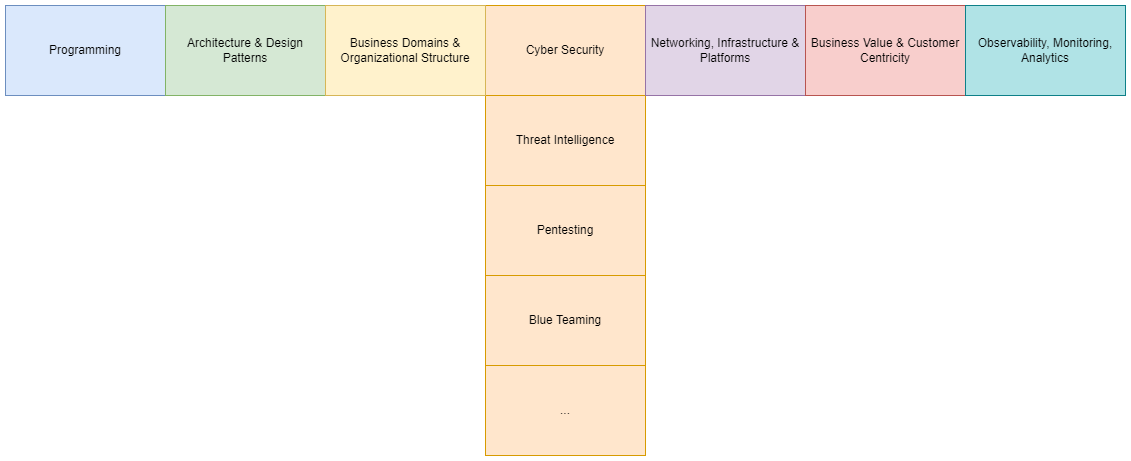
mykingdomforapawn/software-architecture-journey keeps this draw.io diagram as software_architecture_profile.drawio.png. Above is the earlier version. Source tidied: cells renumbered, new cells last; positions are measured from the earlier drawing's top-left corner, leaving out a move shared by most shapes.
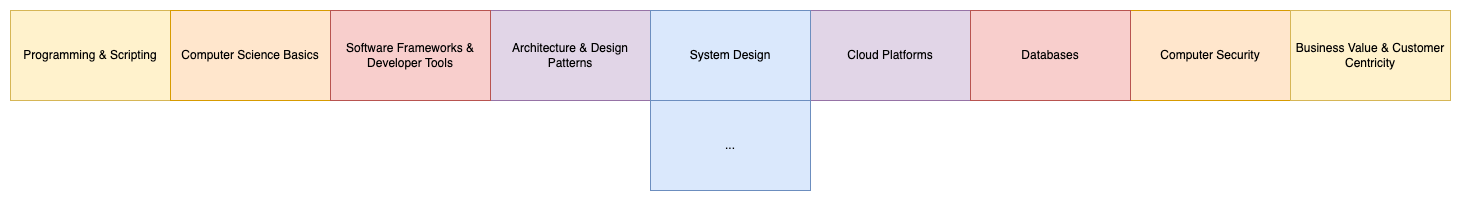
Later version of the same file.

The edit, as a diff of the source:
```diff
@@ -2,38 +2,35 @@
   <root>
     <mxCell id="0" />
     <mxCell id="1" parent="0" />
-    <mxCell id="2" value="Programming" style="rounded=0;whiteSpace=wrap;html=1;fillColor=#dae8fc;strokeColor=#6c8ebf;" parent="1" vertex="1">
-      <mxGeometry width="160" height="90" as="geometry" />
+    <mxCell id="2" value="Programming &amp;amp; Scripting" style="rounded=0;whiteSpace=wrap;html=1;fillColor=#fff2cc;strokeColor=#d6b656;" parent="1" vertex="1">
+      <mxGeometry x="-730" y="130" width="160" height="90" as="geometry" />
     </mxCell>
-    <mxCell id="3" value="Architecture &amp;amp; Design Patterns" style="rounded=0;whiteSpace=wrap;html=1;fillColor=#d5e8d4;strokeColor=#82b366;" parent="1" vertex="1">
-      <mxGeometry x="160" width="160" height="90" as="geometry" />
+    <mxCell id="3" value="Architecture &amp;amp; Design Patterns" style="rounded=0;whiteSpace=wrap;html=1;fillColor=#e1d5e7;strokeColor=#9673a6;" parent="1" vertex="1">
+      <mxGeometry x="-250" y="130" width="160" height="90" as="geometry" />
     </mxCell>
-    <mxCell id="4" value="Cyber Security" style="rounded=0;whiteSpace=wrap;html=1;fillColor=#ffe6cc;strokeColor=#d79b00;" parent="1" vertex="1">
-      <mxGeometry x="480" width="160" height="90" as="geometry" />
+    <mxCell id="4" value="Computer Security" style="rounded=0;whiteSpace=wrap;html=1;fillColor=#ffe6cc;strokeColor=#d79b00;" parent="1" vertex="1">
+      <mxGeometry x="390" y="130" width="160" height="90" as="geometry" />
     </mxCell>
-    <mxCell id="5" value="Threat Intelligence" style="rounded=0;whiteSpace=wrap;html=1;fillColor=#ffe6cc;strokeColor=#d79b00;" parent="1" vertex="1">
-      <mxGeometry x="480" y="90" width="160" height="90" as="geometry" />
-    </mxCell>
-    <mxCell id="6" value="Blue Teaming" style="rounded=0;whiteSpace=wrap;html=1;fillColor=#ffe6cc;strokeColor=#d79b00;" parent="1" vertex="1">
-      <mxGeometry x="480" y="270" width="160" height="90" as="geometry" />
-    </mxCell>
-    <mxCell id="7" value="Business Domains &amp;amp; Organizational Structure" style="rounded=0;whiteSpace=wrap;html=1;fillColor=#fff2cc;strokeColor=#d6b656;" parent="1" vertex="1">
-      <mxGeometry x="320" width="160" height="90" as="geometry" />
-    </mxCell>
-    <mxCell id="8" value="Networking, Infrastructure &amp;amp; Platforms" style="rounded=0;whiteSpace=wrap;html=1;fillColor=#e1d5e7;strokeColor=#9673a6;" parent="1" vertex="1">
-      <mxGeometry x="640" width="160" height="90" as="geometry" />
+    <mxCell id="8" value="Cloud Platforms" style="rounded=0;whiteSpace=wrap;html=1;fillColor=#e1d5e7;strokeColor=#9673a6;" parent="1" vertex="1">
+      <mxGeometry x="70" y="130" width="160" height="90" as="geometry" />
     </mxCell>
-    <mxCell id="9" value="Business Value &amp;amp; Customer Centricity" style="rounded=0;whiteSpace=wrap;html=1;fillColor=#f8cecc;strokeColor=#b85450;" parent="1" vertex="1">
-      <mxGeometry x="800" width="160" height="90" as="geometry" />
+    <mxCell id="9" value="Business Value &amp;amp; Customer Centricity" style="rounded=0;whiteSpace=wrap;html=1;fillColor=#fff2cc;strokeColor=#d6b656;" parent="1" vertex="1">
+      <mxGeometry x="550" y="130" width="160" height="90" as="geometry" />
     </mxCell>
-    <mxCell id="10" value="Observability, Monitoring, Analytics" style="rounded=0;whiteSpace=wrap;html=1;fillColor=#b0e3e6;strokeColor=#0e8088;" parent="1" vertex="1">
-      <mxGeometry x="960" width="160" height="90" as="geometry" />
-    </mxCell>
-    <mxCell id="11" value="Pentesting" style="rounded=0;whiteSpace=wrap;html=1;fillColor=#ffe6cc;strokeColor=#d79b00;" parent="1" vertex="1">
-      <mxGeometry x="480" y="180" width="160" height="90" as="geometry" />
-    </mxCell>
+    <mxCell id="13" value="Computer Science Basics" style="rounded=0;whiteSpace=wrap;html=1;fillColor=#ffe6cc;strokeColor=#d79b00;" parent="1" vertex="1">
+      <mxGeometry x="-570" y="130" width="160" height="90" as="geometry" />
+    </mxCell>
+    <mxCell id="14" value="System Design" style="rounded=0;whiteSpace=wrap;html=1;fillColor=#dae8fc;strokeColor=#6c8ebf;" parent="1" vertex="1">
+      <mxGeometry x="-90" y="130" width="160" height="90" as="geometry" />
+    </mxCell>
+    <mxCell id="15" value="Databases" style="rounded=0;whiteSpace=wrap;html=1;fillColor=#f8cecc;strokeColor=#b85450;" parent="1" vertex="1">
+      <mxGeometry x="230" y="130" width="160" height="90" as="geometry" />
+    </mxCell>
+    <mxCell id="16" value="Software Frameworks &amp;amp; Developer Tools" style="rounded=0;whiteSpace=wrap;html=1;fillColor=#f8cecc;strokeColor=#b85450;" parent="1" vertex="1">
+      <mxGeometry x="-410" y="130" width="160" height="90" as="geometry" />
+    </mxCell>
-    <mxCell id="12" value="..." style="rounded=0;whiteSpace=wrap;html=1;fillColor=#ffe6cc;strokeColor=#d79b00;" parent="1" vertex="1">
-      <mxGeometry x="480" y="360" width="160" height="90" as="geometry" />
+    <mxCell id="12" value="..." style="rounded=0;whiteSpace=wrap;html=1;fillColor=#dae8fc;strokeColor=#6c8ebf;" parent="1" vertex="1">
+      <mxGeometry x="-90" y="220" width="160" height="90" as="geometry" />
     </mxCell>
   </root>
 </mxGraphModel>
```
